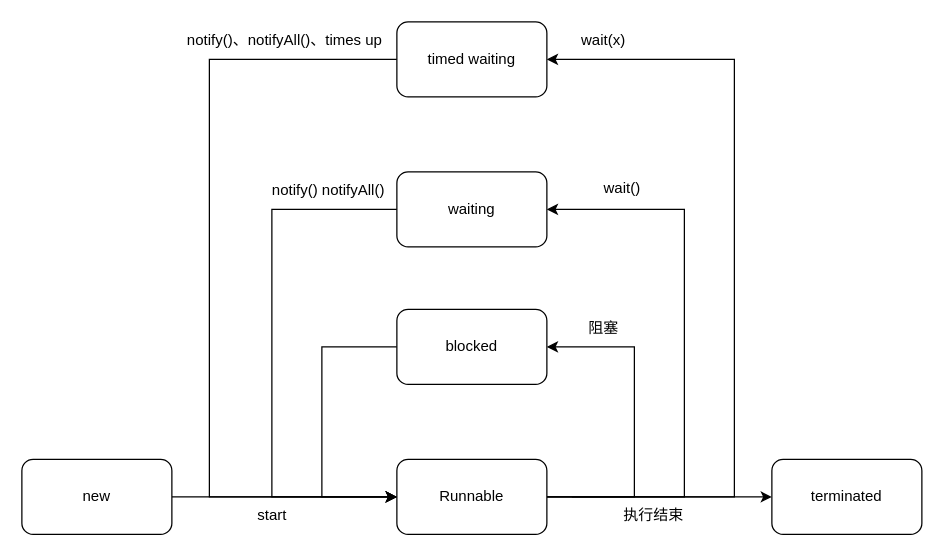
This is Untitled Diagram.drawio from bnbryan/review, a draw.io file, before an edit. Source tidied: cells renumbered, new cells numbered last; positions are measured from the earlier drawing's top-left corner, leaving out a move shared by most shapes. Both pictures are drawn from the tidied source at 125%, with x=0, y=0 at pixel (21, 21).
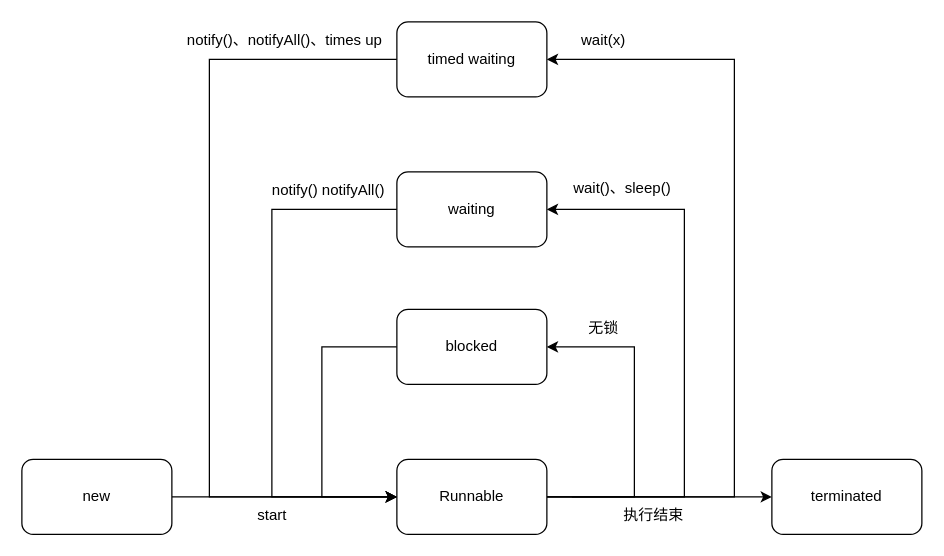
Above is the later version.

Change to the diagram source:
```diff
@@
-    <mxCell id="18" value="阻塞" style="text;html=1;align=center;verticalAlign=middle;strokeColor=none;fillColor=none;" parent="1" vertex="1">
+    <mxCell id="18" value="无锁" style="text;html=1;align=center;verticalAlign=middle;strokeColor=none;fillColor=none;" parent="1" vertex="1">
       <mxGeometry x="440" y="230" width="50" height="30" as="geometry" />
     </mxCell>
-    <mxCell id="19" value="wait()" style="text;html=1;align=center;verticalAlign=middle;strokeColor=none;fillColor=none;" parent="1" vertex="1">
-      <mxGeometry x="455" y="118" width="50" height="30" as="geometry" />
+    <mxCell id="19" value="wait()、sleep()" style="text;html=1;align=center;verticalAlign=middle;strokeColor=none;fillColor=none;" parent="1" vertex="1">
+      <mxGeometry x="430" y="118" width="100" height="30" as="geometry" />
     </mxCell>
```
